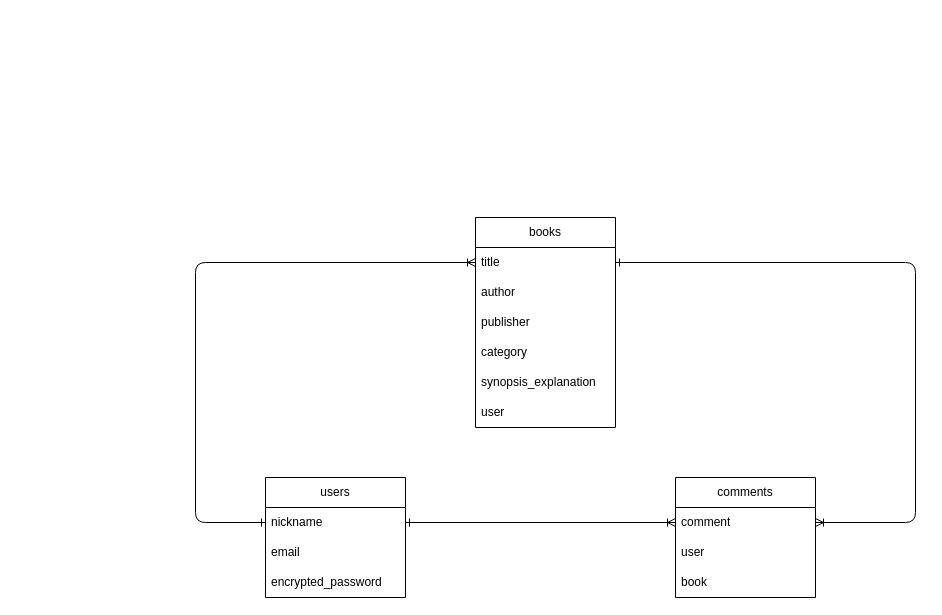
Earlier version of the draw.io diagram test.dio (daikimatsuoka/book-management). Source tidied: cells renumbered, new cells numbered last; positions are measured from the earlier drawing's top-left corner, leaving out a move shared by most shapes. Both pictures are drawn from the tidied source at 100%, with x=0, y=0 at pixel (195, 217).
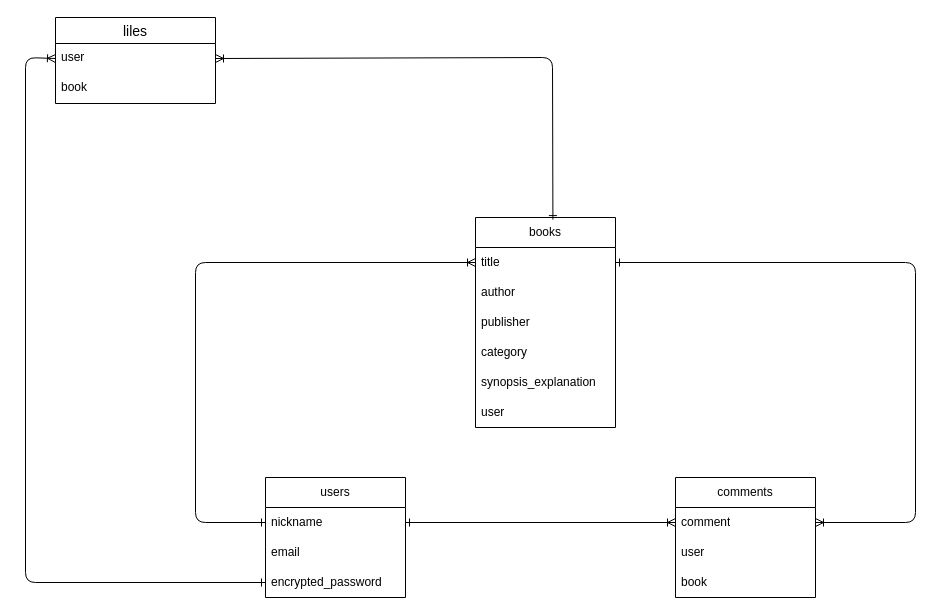
After the change.

The change refers to these unchanged cells:
```xml
<mxCell id="2" value="books" style="swimlane;fontStyle=0;horizontal=1;startSize=30;whiteSpace=wrap;html=1;align=center;" parent="1" vertex="1">
  <mxGeometry x="280" width="140" height="210" as="geometry" />
</mxCell>
<mxCell id="12" value="encrypted_password" style="text;strokeColor=none;fillColor=none;align=left;verticalAlign=middle;spacingLeft=4;spacingRight=4;overflow=hidden;points=[[0,0.5],[1,0.5]];portConstraint=eastwest;whiteSpace=wrap;html=1;" parent="9" vertex="1">
  <mxGeometry y="90" width="140" height="30" as="geometry" />
</mxCell>
```

The edit, as a diff of the source:
```diff
@@
+    <mxCell id="20" value="liles" style="swimlane;fontStyle=0;horizontal=1;startSize=26;align=center;fontSize=14;" parent="1" vertex="1">
+      <mxGeometry x="-140" y="-200" width="160" height="86" as="geometry" />
+    </mxCell>
+    <mxCell id="21" value="user" style="text;strokeColor=none;fillColor=none;spacingLeft=4;spacingRight=4;overflow=hidden;points=[[0,0.5],[1,0.5]];portConstraint=eastwest;fontSize=12;" parent="20" vertex="1">
+      <mxGeometry y="26" width="160" height="30" as="geometry" />
+    </mxCell>
+    <mxCell id="22" value="book" style="text;strokeColor=none;fillColor=none;spacingLeft=4;spacingRight=4;overflow=hidden;fontSize=12;" parent="20" vertex="1">
+      <mxGeometry y="56" width="160" height="30" as="geometry" />
+    </mxCell>
+    <mxCell id="23" style="edgeStyle=none;html=1;exitX=1;exitY=0.5;exitDx=0;exitDy=0;entryX=0.553;entryY=0.01;entryDx=0;entryDy=0;entryPerimeter=0;startArrow=ERoneToMany;startFill=0;endArrow=ERone;endFill=0;" parent="1" edge="1" source="21" target="2">
+      <mxGeometry relative="1" as="geometry">
+        <Array as="points">
+          <mxPoint x="357" y="-160" />
+        </Array>
+      </mxGeometry>
+    </mxCell>
+    <mxCell id="24" style="edgeStyle=none;html=1;exitX=0;exitY=0.5;exitDx=0;exitDy=0;entryX=0;entryY=0.5;entryDx=0;entryDy=0;startArrow=ERone;startFill=0;endArrow=ERoneToMany;endFill=0;" parent="1" edge="1" source="12" target="21">
+      <mxGeometry relative="1" as="geometry">
+        <Array as="points">
+          <mxPoint x="-170" y="365" />
+          <mxPoint x="-170" y="-160" />
+        </Array>
+      </mxGeometry>
+    </mxCell>
```
